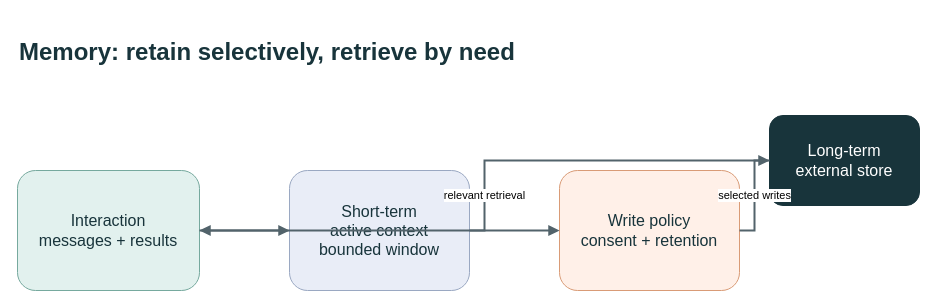
Above: docs/images/memory-management-visual-summary.drawio in evoiz/Agentic-Design-Patterns (draw.io), before the change. Source tidied: cells renumbered, new cells numbered last; positions are measured from the earlier drawing's top-left corner, leaving out a move shared by most shapes. Both pictures are drawn from the tidied source at 100%, with x=0, y=0 at pixel (17, 17).
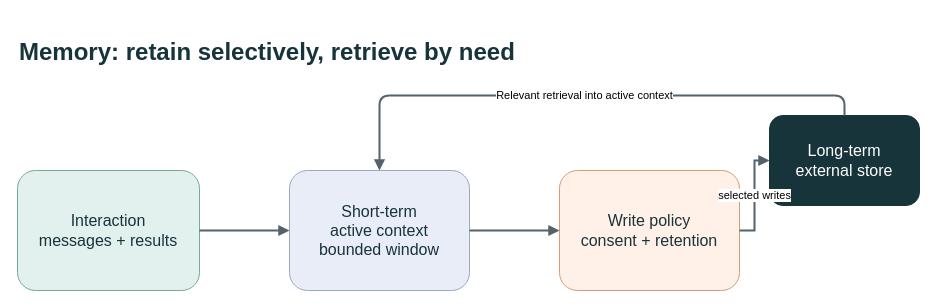
Above is the later version.

The edit, as a diff of the source:
```diff
@@
 <mxGraphModel>
   <root>
     <mxCell id="0" />
     <mxCell id="1" parent="0" />
     <mxCell id="2" value="Memory: retain selectively, retrieve by need" style="text;html=1;align=left;verticalAlign=middle;whiteSpace=wrap;rounded=0;fontSize=24;fontStyle=1;fontColor=#18343B;" parent="1" vertex="1">
       <mxGeometry width="850" height="70" as="geometry" />
     </mxCell>
     <mxCell id="3" value="Interaction&#10;messages + results" style="rounded=1;whiteSpace=wrap;html=1;fillColor=#E2F1EE;strokeColor=#76A99E;fontColor=#18343B;fontSize=16;" parent="1" vertex="1">
       <mxGeometry y="153" width="182" height="120" as="geometry" />
     </mxCell>
     <mxCell id="4" value="Short-term&#10;active context&#10;bounded window" style="rounded=1;whiteSpace=wrap;html=1;fillColor=#E9EDF7;strokeColor=#9AA8C2;fontColor=#18343B;fontSize=16;" parent="1" vertex="1">
       <mxGeometry x="272" y="153" width="180" height="120" as="geometry" />
     </mxCell>
     <mxCell id="5" value="Write policy&#10;consent + retention" style="rounded=1;whiteSpace=wrap;html=1;fillColor=#FFF0E8;strokeColor=#D99B76;fontColor=#18343B;fontSize=16;" parent="1" vertex="1">
       <mxGeometry x="542" y="153" width="180" height="120" as="geometry" />
     </mxCell>
     <mxCell id="6" value="Long-term&#10;external store" style="rounded=1;whiteSpace=wrap;html=1;fillColor=#18343B;strokeColor=#18343B;fontColor=#FFFFFF;fontSize=16;" parent="1" vertex="1">
       <mxGeometry x="752" y="98" width="150" height="90" as="geometry" />
     </mxCell>
     <mxCell id="7" style="edgeStyle=orthogonalEdgeStyle;rounded=0;html=1;endArrow=block;endFill=1;strokeColor=#52636B;strokeWidth=2;" parent="1" edge="1" source="3" target="4">
       <mxGeometry relative="1" as="geometry" />
     </mxCell>
     <mxCell id="8" style="edgeStyle=orthogonalEdgeStyle;rounded=0;html=1;endArrow=block;endFill=1;strokeColor=#52636B;strokeWidth=2;" parent="1" edge="1" source="4" target="5">
       <mxGeometry relative="1" as="geometry" />
     </mxCell>
     <mxCell id="9" value="selected writes" style="edgeStyle=orthogonalEdgeStyle;rounded=0;html=1;endArrow=block;endFill=1;strokeColor=#52636B;strokeWidth=2;" parent="1" edge="1" source="5" target="6">
       <mxGeometry relative="1" as="geometry" />
     </mxCell>
-    <mxCell id="10" value="relevant retrieval" style="edgeStyle=orthogonalEdgeStyle;rounded=0;html=1;endArrow=block;endFill=1;strokeColor=#52636B;strokeWidth=2;" parent="1" edge="1" source="6" target="3">
-      <mxGeometry relative="1" as="geometry" />
+    <mxCell id="10" value="Relevant retrieval into active context" style="edgeStyle=orthogonalEdgeStyle;html=1;endArrow=block;strokeColor=#52636B;strokeWidth=2;exitX=0.5;exitY=0;entryX=0.5;entryY=0;labelBackgroundColor=#FFFFFF;" parent="1" edge="1" source="6" target="4">
+      <mxGeometry relative="1" as="geometry">
+        <Array as="points">
+          <mxPoint x="827" y="78" />
+          <mxPoint x="362" y="78" />
+        </Array>
+      </mxGeometry>
     </mxCell>
   </root>
 </mxGraphModel>
```
